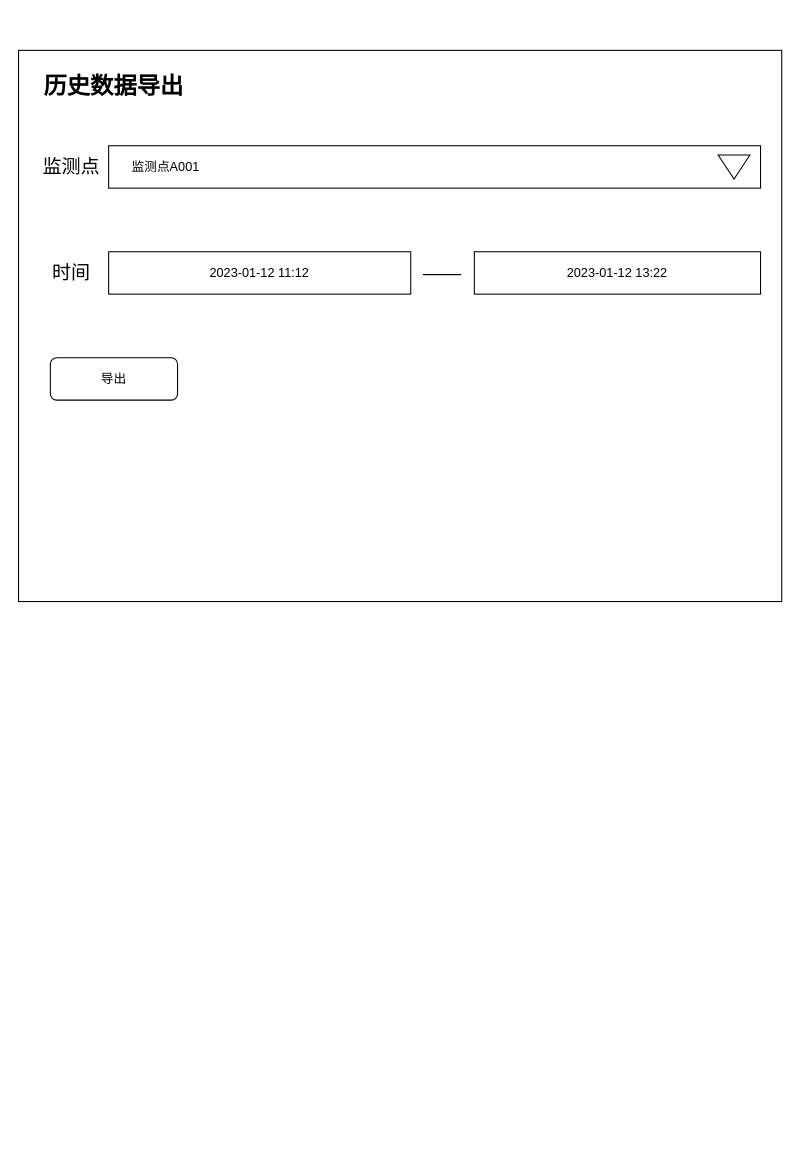
This is 未命名绘图.drawio from bit365/diagrams, a draw.io file, before an edit. Source tidied: cells renumbered, new cells numbered last; positions are measured from the earlier drawing's top-left corner, leaving out a move shared by most shapes. Both pictures are drawn from the tidied source at 106%, with x=0, y=0 at pixel (18, 50).
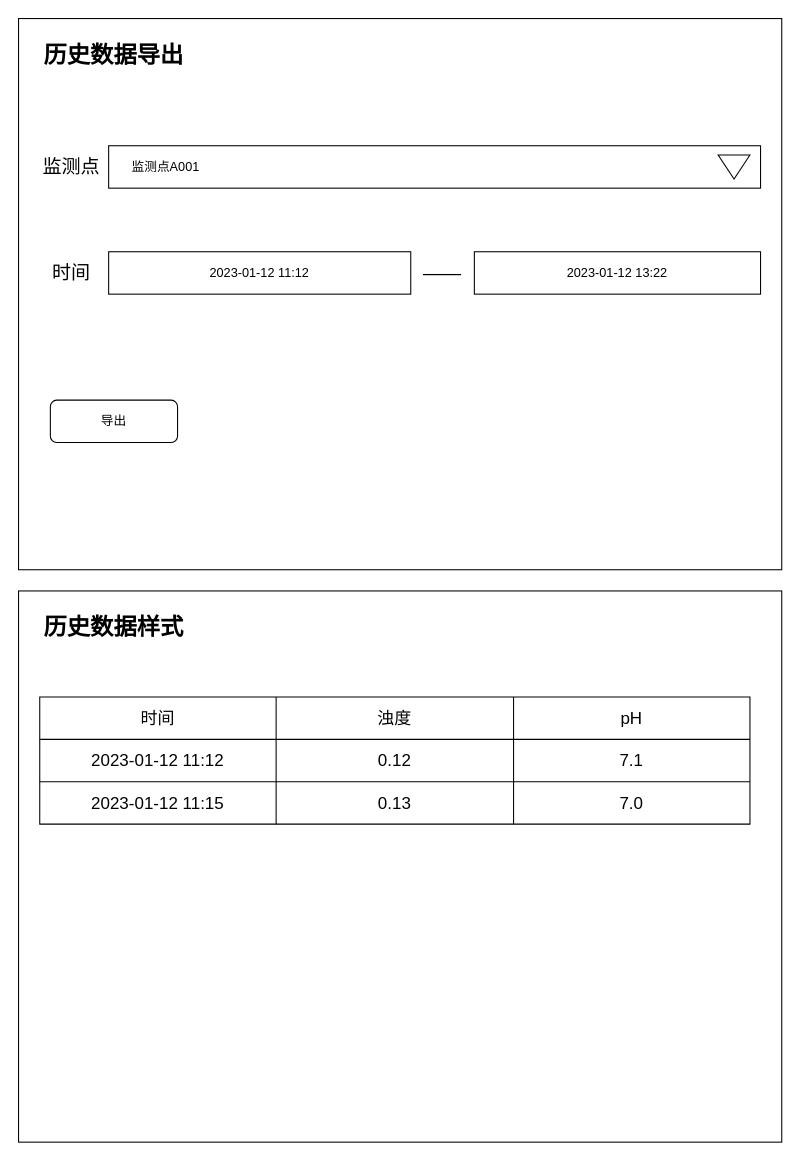
The same page after the edit.

Commit message (it also covers changes not shown here):
更新未命名绘图.drawio

Diff of the diagram source:
```diff
@@
     <mxCell id="2" style="rounded=0;whiteSpace=wrap;html=1;" parent="1" vertex="1">
-      <mxGeometry width="720" height="520" as="geometry" />
+      <mxGeometry y="-30" width="720" height="520" as="geometry" />
     </mxCell>
@@
     <mxCell id="10" value="历史数据导出" style="text;strokeColor=none;align=center;fillColor=none;html=1;verticalAlign=middle;whiteSpace=wrap;rounded=0;fontSize=22;fontStyle=1;" parent="1" vertex="1">
-      <mxGeometry x="20" y="20" width="140" height="30" as="geometry" />
+      <mxGeometry x="20" y="-10" width="140" height="30" as="geometry" />
     </mxCell>
     <mxCell id="11" value="导出" style="rounded=1;whiteSpace=wrap;html=1;" parent="1" vertex="1">
-      <mxGeometry x="30" y="290" width="120" height="40" as="geometry" />
+      <mxGeometry x="30" y="330" width="120" height="40" as="geometry" />
     </mxCell>
+    <mxCell id="12" style="rounded=0;whiteSpace=wrap;html=1;" parent="1" vertex="1">
+      <mxGeometry y="510" width="720" height="520" as="geometry" />
+    </mxCell>
+    <mxCell id="13" value="历史数据样式" style="text;strokeColor=none;align=center;fillColor=none;html=1;verticalAlign=middle;whiteSpace=wrap;rounded=0;fontSize=22;fontStyle=1;" parent="1" vertex="1">
+      <mxGeometry x="20" y="530" width="140" height="30" as="geometry" />
+    </mxCell>
+    <mxCell id="14" style="shape=table;startSize=0;childLayout=tableLayout;fontSize=16;" parent="1" vertex="1">
+      <mxGeometry x="20" y="610" width="670" height="120" as="geometry" />
+    </mxCell>
+    <mxCell id="15" style="shape=tableRow;horizontal=0;startSize=0;swimlaneHead=0;swimlaneBody=0;strokeColor=inherit;top=0;left=0;bottom=0;right=0;fillColor=none;fontSize=16;" parent="14" vertex="1">
+      <mxGeometry width="670" height="40" as="geometry" />
+    </mxCell>
+    <mxCell id="16" value="时间" style="shape=partialRectangle;html=1;whiteSpace=wrap;strokeColor=inherit;overflow=hidden;fillColor=none;top=0;left=0;bottom=0;right=0;fontSize=16;" parent="15" vertex="1">
+      <mxGeometry width="223" height="40" as="geometry" />
+    </mxCell>
+    <mxCell id="17" value="浊度" style="shape=partialRectangle;html=1;whiteSpace=wrap;strokeColor=inherit;overflow=hidden;fillColor=none;top=0;left=0;bottom=0;right=0;fontSize=16;" parent="15" vertex="1">
+      <mxGeometry x="223" width="224" height="40" as="geometry" />
+    </mxCell>
+    <mxCell id="18" value="pH" style="shape=partialRectangle;html=1;whiteSpace=wrap;strokeColor=inherit;overflow=hidden;fillColor=none;top=0;left=0;bottom=0;right=0;fontSize=16;" parent="15" vertex="1">
+      <mxGeometry x="447" width="223" height="40" as="geometry" />
+    </mxCell>
+    <mxCell id="19" style="shape=tableRow;horizontal=0;startSize=0;swimlaneHead=0;swimlaneBody=0;strokeColor=inherit;top=0;left=0;bottom=0;right=0;fillColor=none;fontSize=16;" parent="14" vertex="1">
+      <mxGeometry y="40" width="670" height="40" as="geometry" />
+    </mxCell>
+    <mxCell id="20" value="2023-01-12 11:12" style="shape=partialRectangle;html=1;whiteSpace=wrap;strokeColor=inherit;overflow=hidden;fillColor=none;top=0;left=0;bottom=0;right=0;fontSize=16;" parent="19" vertex="1">
+      <mxGeometry width="223" height="40" as="geometry" />
+    </mxCell>
+    <mxCell id="21" value="0.12" style="shape=partialRectangle;html=1;whiteSpace=wrap;strokeColor=inherit;overflow=hidden;fillColor=none;top=0;left=0;bottom=0;right=0;fontSize=16;" parent="19" vertex="1">
+      <mxGeometry x="223" width="224" height="40" as="geometry" />
+    </mxCell>
+    <mxCell id="22" value="7.1" style="shape=partialRectangle;html=1;whiteSpace=wrap;strokeColor=inherit;overflow=hidden;fillColor=none;top=0;left=0;bottom=0;right=0;fontSize=16;" parent="19" vertex="1">
+      <mxGeometry x="447" width="223" height="40" as="geometry" />
+    </mxCell>
+    <mxCell id="23" style="shape=tableRow;horizontal=0;startSize=0;swimlaneHead=0;swimlaneBody=0;strokeColor=inherit;top=0;left=0;bottom=0;right=0;fillColor=none;fontSize=16;" parent="14" vertex="1">
+      <mxGeometry y="80" width="670" height="40" as="geometry" />
+    </mxCell>
+    <mxCell id="24" value="2023-01-12 11:15" style="shape=partialRectangle;html=1;whiteSpace=wrap;strokeColor=inherit;overflow=hidden;fillColor=none;top=0;left=0;bottom=0;right=0;fontSize=16;" parent="23" vertex="1">
+      <mxGeometry width="223" height="40" as="geometry" />
+    </mxCell>
+    <mxCell id="25" value="0.13" style="shape=partialRectangle;html=1;whiteSpace=wrap;strokeColor=inherit;overflow=hidden;fillColor=none;top=0;left=0;bottom=0;right=0;fontSize=16;" parent="23" vertex="1">
+      <mxGeometry x="223" width="224" height="40" as="geometry" />
+    </mxCell>
+    <mxCell id="26" value="7.0" style="shape=partialRectangle;html=1;whiteSpace=wrap;strokeColor=inherit;overflow=hidden;fillColor=none;top=0;left=0;bottom=0;right=0;fontSize=16;" parent="23" vertex="1">
+      <mxGeometry x="447" width="223" height="40" as="geometry" />
+    </mxCell>
```
